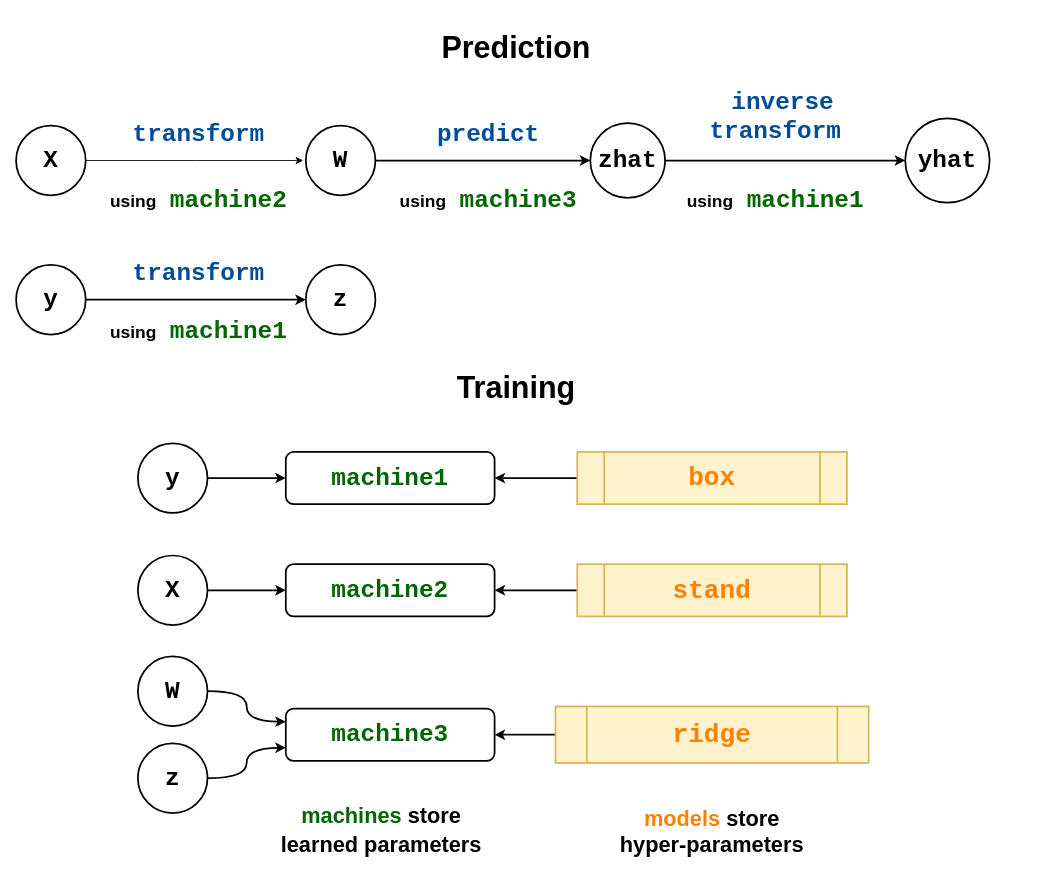
This is docs/src/img/target_transformer.drawio from JuliaAI/MLJ.jl, a draw.io file, before an edit. Source tidied: cells renumbered, new cells numbered last; positions are measured from the earlier drawing's top-left corner, leaving out a move shared by most shapes. Both pictures are drawn from the tidied source at 87%, with x=0, y=0 at pixel (16, 21).
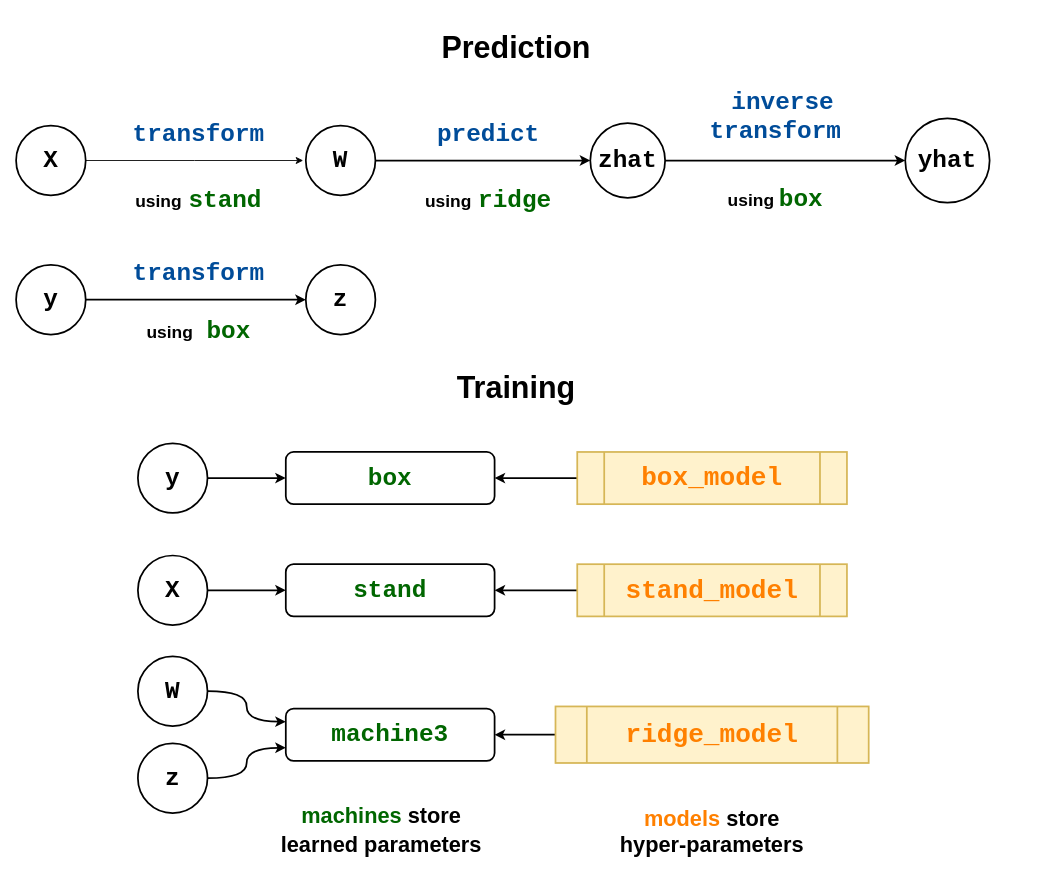
The same diagram, later.

Commit message (it also covers changes not shown here):
re-write parts of Learning Networks and fix new figures

The edit, as a diff of the source:
```diff
@@
-    <mxCell id="14" value="&lt;font color=&quot;#000000&quot; face=&quot;Helvetica&quot;&gt;&lt;font style=&quot;font-size: 20px&quot;&gt;using&lt;/font&gt;&lt;span style=&quot;font-size: 28px&quot;&gt;&amp;nbsp; &lt;/span&gt;&lt;/font&gt;&lt;span style=&quot;font-size: 28px&quot;&gt;machine3&lt;/span&gt;" style="text;html=1;strokeColor=none;fillColor=none;align=center;verticalAlign=middle;whiteSpace=wrap;rounded=0;fontFamily=Courier New;fontStyle=1;fontColor=#006600;" parent="1" vertex="1">
+    <mxCell id="14" value="&lt;font color=&quot;#000000&quot; face=&quot;Helvetica&quot;&gt;&lt;font style=&quot;font-size: 20px&quot;&gt;using&lt;/font&gt;&lt;span style=&quot;font-size: 28px&quot;&gt;&amp;nbsp;&lt;/span&gt;&lt;/font&gt;&lt;span style=&quot;font-size: 28px&quot;&gt;ridge&lt;/span&gt;" style="text;html=1;strokeColor=none;fillColor=none;align=center;verticalAlign=middle;whiteSpace=wrap;rounded=0;fontFamily=Courier New;fontStyle=1;fontColor=#006600;" parent="1" vertex="1">
       <mxGeometry x="398" y="190" width="290" height="30" as="geometry" />
     </mxCell>
-    <mxCell id="15" value="&lt;font color=&quot;#000000&quot; face=&quot;Helvetica&quot;&gt;&lt;font style=&quot;font-size: 20px&quot;&gt;using&lt;/font&gt;&lt;span style=&quot;font-size: 28px&quot;&gt;&amp;nbsp; &lt;/span&gt;&lt;/font&gt;&lt;span style=&quot;font-size: 28px&quot;&gt;machine1&lt;/span&gt;" style="text;html=1;strokeColor=none;fillColor=none;align=center;verticalAlign=middle;whiteSpace=wrap;rounded=0;fontFamily=Courier New;fontStyle=1;fontColor=#006600;" parent="1" vertex="1">
+    <mxCell id="15" value="&lt;font color=&quot;#000000&quot; face=&quot;Helvetica&quot;&gt;&lt;font style=&quot;font-size: 20px&quot;&gt;using&amp;nbsp;&lt;/font&gt;&lt;/font&gt;&lt;span style=&quot;font-size: 28px&quot;&gt;box&lt;/span&gt;" style="text;html=1;strokeColor=none;fillColor=none;align=center;verticalAlign=middle;whiteSpace=wrap;rounded=0;fontFamily=Courier New;fontStyle=1;fontColor=#006600;" parent="1" vertex="1">
       <mxGeometry x="728" y="190" width="290" height="30" as="geometry" />
     </mxCell>
-    <mxCell id="16" value="&lt;font color=&quot;#000000&quot; face=&quot;Helvetica&quot;&gt;&lt;font style=&quot;font-size: 20px&quot;&gt;using&lt;/font&gt;&lt;span style=&quot;font-size: 28px&quot;&gt;&amp;nbsp; &lt;/span&gt;&lt;/font&gt;&lt;span style=&quot;font-size: 28px&quot;&gt;machine1&lt;/span&gt;" style="text;html=1;strokeColor=none;fillColor=none;align=center;verticalAlign=middle;whiteSpace=wrap;rounded=0;fontFamily=Courier New;fontStyle=1;fontColor=#006600;" parent="1" vertex="1">
+    <mxCell id="16" value="&lt;font color=&quot;#000000&quot; face=&quot;Helvetica&quot;&gt;&lt;font style=&quot;font-size: 20px&quot;&gt;using&lt;/font&gt;&lt;span style=&quot;font-size: 28px&quot;&gt;&amp;nbsp; &lt;/span&gt;&lt;/font&gt;&lt;span style=&quot;font-size: 28px&quot;&gt;box&lt;/span&gt;" style="text;html=1;strokeColor=none;fillColor=none;align=center;verticalAlign=middle;whiteSpace=wrap;rounded=0;fontFamily=Courier New;fontStyle=1;fontColor=#006600;" parent="1" vertex="1">
       <mxGeometry x="65" y="340" width="290" height="30" as="geometry" />
     </mxCell>
@@
-    <mxCell id="20" value="&lt;font color=&quot;#000000&quot; face=&quot;Helvetica&quot;&gt;&lt;font style=&quot;font-size: 20px&quot;&gt;using&lt;/font&gt;&lt;span style=&quot;font-size: 28px&quot;&gt;&amp;nbsp; &lt;/span&gt;&lt;/font&gt;&lt;span style=&quot;font-size: 28px&quot;&gt;machine2&lt;/span&gt;" style="text;html=1;strokeColor=none;fillColor=none;align=center;verticalAlign=middle;whiteSpace=wrap;rounded=0;fontFamily=Courier New;fontStyle=1;fontColor=#006600;" parent="1" vertex="1">
+    <mxCell id="20" value="&lt;font color=&quot;#000000&quot; face=&quot;Helvetica&quot;&gt;&lt;font style=&quot;font-size: 20px&quot;&gt;using&lt;/font&gt;&lt;span style=&quot;font-size: 28px&quot;&gt;&amp;nbsp;&lt;/span&gt;&lt;/font&gt;&lt;span style=&quot;font-size: 28px&quot;&gt;stand&lt;/span&gt;" style="text;html=1;strokeColor=none;fillColor=none;align=center;verticalAlign=middle;whiteSpace=wrap;rounded=0;fontFamily=Courier New;fontStyle=1;fontColor=#006600;" parent="1" vertex="1">
       <mxGeometry x="65" y="190" width="290" height="30" as="geometry" />
     </mxCell>
@@
-    <mxCell id="22" value="&lt;span style=&quot;white-space: normal ; font-size: 28px ; font-weight: 700&quot;&gt;machine1&lt;/span&gt;" style="rounded=1;whiteSpace=wrap;html=1;strokeWidth=2;fontFamily=Courier New;fontColor=#006600;" parent="1" vertex="1">
+    <mxCell id="22" value="&lt;span style=&quot;white-space: normal ; font-size: 28px ; font-weight: 700&quot;&gt;box&lt;/span&gt;" style="rounded=1;whiteSpace=wrap;html=1;strokeWidth=2;fontFamily=Courier New;fontColor=#006600;" parent="1" vertex="1">
       <mxGeometry x="310" y="495" width="240" height="60" as="geometry" />
     </mxCell>
@@
-    <mxCell id="33" value="&lt;b style=&quot;white-space: normal&quot;&gt;&lt;font color=&quot;#ff8000&quot; style=&quot;font-size: 30px&quot;&gt;box&lt;/font&gt;&lt;/b&gt;" style="shape=process;whiteSpace=wrap;html=1;backgroundOutline=1;strokeWidth=2;fontFamily=Courier New;fillColor=#fff2cc;strokeColor=#d6b656;" parent="1" vertex="1">
+    <mxCell id="33" value="&lt;b style=&quot;white-space: normal&quot;&gt;&lt;font color=&quot;#ff8000&quot; style=&quot;font-size: 30px&quot;&gt;box_model&lt;/font&gt;&lt;/b&gt;" style="shape=process;whiteSpace=wrap;html=1;backgroundOutline=1;strokeWidth=2;fontFamily=Courier New;fillColor=#fff2cc;strokeColor=#d6b656;" parent="1" vertex="1">
       <mxGeometry x="645" y="495" width="310" height="60" as="geometry" />
     </mxCell>
@@
-    <mxCell id="35" value="&lt;font color=&quot;#ff8000&quot;&gt;&lt;span style=&quot;font-size: 30px&quot;&gt;&lt;b&gt;ridge&lt;/b&gt;&lt;/span&gt;&lt;/font&gt;" style="shape=process;whiteSpace=wrap;html=1;backgroundOutline=1;strokeWidth=2;fontFamily=Courier New;fillColor=#fff2cc;strokeColor=#d6b656;" parent="1" vertex="1">
+    <mxCell id="35" value="&lt;font color=&quot;#ff8000&quot;&gt;&lt;span style=&quot;font-size: 30px&quot;&gt;&lt;b&gt;ridge_model&lt;/b&gt;&lt;/span&gt;&lt;/font&gt;" style="shape=process;whiteSpace=wrap;html=1;backgroundOutline=1;strokeWidth=2;fontFamily=Courier New;fillColor=#fff2cc;strokeColor=#d6b656;" parent="1" vertex="1">
       <mxGeometry x="620" y="787.5" width="360" height="65" as="geometry" />
     </mxCell>
-    <mxCell id="36" value="&lt;span style=&quot;white-space: normal ; font-size: 28px ; font-weight: 700&quot;&gt;machine2&lt;/span&gt;" style="rounded=1;whiteSpace=wrap;html=1;strokeWidth=2;fontFamily=Courier New;fontColor=#006600;" parent="1" vertex="1">
+    <mxCell id="36" value="&lt;span style=&quot;white-space: normal ; font-size: 28px ; font-weight: 700&quot;&gt;stand&lt;/span&gt;" style="rounded=1;whiteSpace=wrap;html=1;strokeWidth=2;fontFamily=Courier New;fontColor=#006600;" parent="1" vertex="1">
       <mxGeometry x="310" y="624" width="240" height="60" as="geometry" />
     </mxCell>
@@
-    <mxCell id="40" value="&lt;b style=&quot;white-space: normal&quot;&gt;&lt;font color=&quot;#ff8000&quot; style=&quot;font-size: 30px&quot;&gt;stand&lt;/font&gt;&lt;/b&gt;" style="shape=process;whiteSpace=wrap;html=1;backgroundOutline=1;strokeWidth=2;fontFamily=Courier New;fillColor=#fff2cc;strokeColor=#d6b656;" parent="1" vertex="1">
+    <mxCell id="40" value="&lt;b style=&quot;white-space: normal&quot;&gt;&lt;font color=&quot;#ff8000&quot; style=&quot;font-size: 30px&quot;&gt;stand_model&lt;/font&gt;&lt;/b&gt;" style="shape=process;whiteSpace=wrap;html=1;backgroundOutline=1;strokeWidth=2;fontFamily=Courier New;fillColor=#fff2cc;strokeColor=#d6b656;" parent="1" vertex="1">
       <mxGeometry x="645" y="624" width="310" height="60" as="geometry" />
     </mxCell>
```
